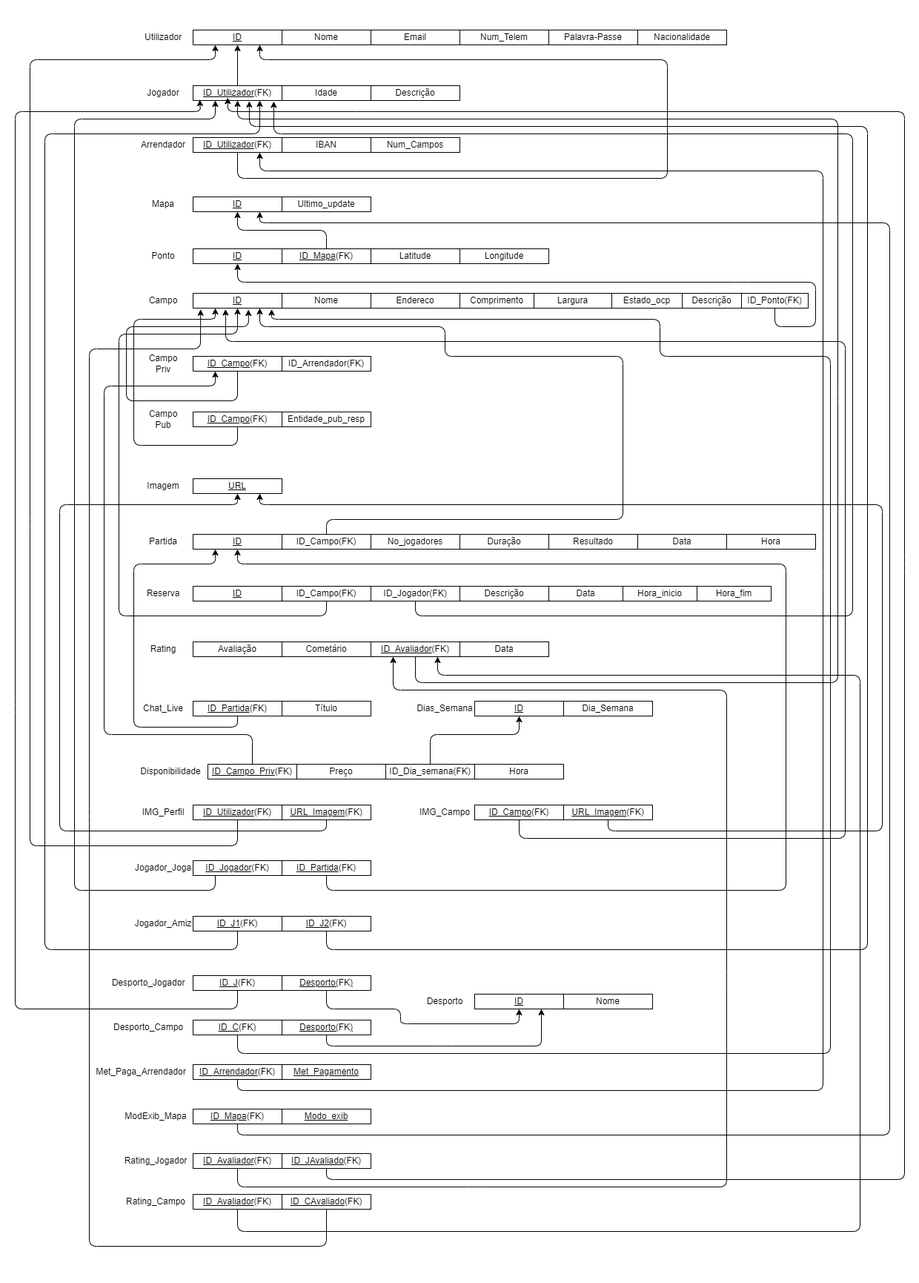
Before: ER_SL.png, a diagram exported from draw.io (Paul-Y5/Projeto_SPORTSLINK-BD). Source tidied: cells renumbered, new cells last; positions are measured from the earlier drawing's top-left corner, leaving out a move shared by most shapes.
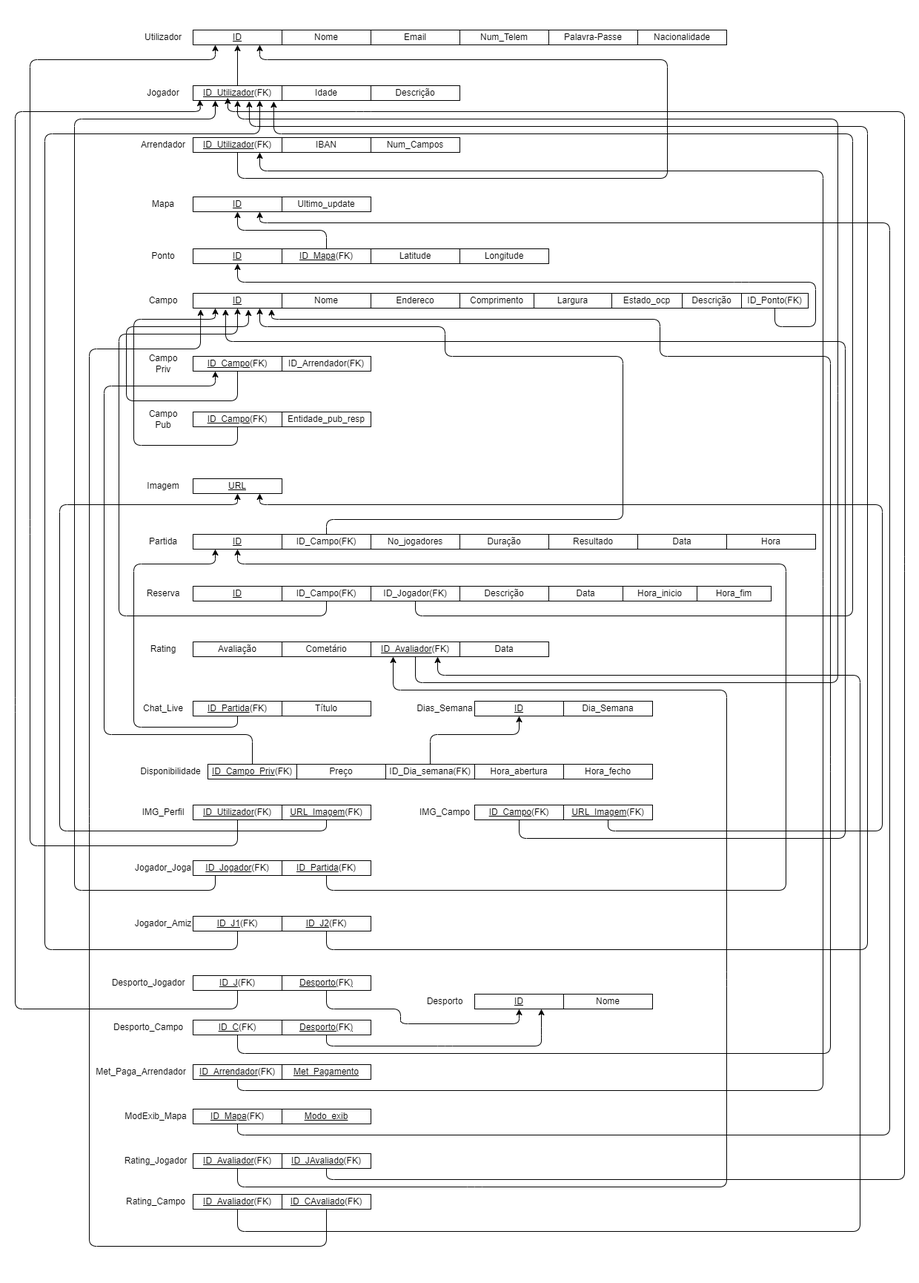
After the change.

The edit, as a diff of the source:
```diff
@@ -177,7 +177,7 @@
     <mxCell id="47" value="Data" style="rounded=0;whiteSpace=wrap;html=1;" parent="1" vertex="1">
       <mxGeometry x="740" y="790" width="100" height="20" as="geometry" />
     </mxCell>
-    <mxCell id="48" value="Hora" style="rounded=0;whiteSpace=wrap;html=1;" parent="1" vertex="1">
+    <mxCell id="48" value="Hora_abertura" style="rounded=0;whiteSpace=wrap;html=1;" parent="1" vertex="1">
       <mxGeometry x="640" y="1030" width="120" height="20" as="geometry" />
     </mxCell>
     <mxCell id="49" value="Reserva" style="text;html=1;align=center;verticalAlign=middle;whiteSpace=wrap;rounded=0;" parent="1" vertex="1">
@@ -643,5 +643,8 @@
     <mxCell id="141" value="Hora_inicio" style="rounded=0;whiteSpace=wrap;html=1;" parent="1" vertex="1">
       <mxGeometry x="840" y="790" width="100" height="20" as="geometry" />
     </mxCell>
+    <mxCell id="142" value="Hora_fecho" style="rounded=0;whiteSpace=wrap;html=1;" parent="1" vertex="1">
+      <mxGeometry x="760" y="1030" width="120" height="20" as="geometry" />
+    </mxCell>
   </root>
 </mxGraphModel>
```
